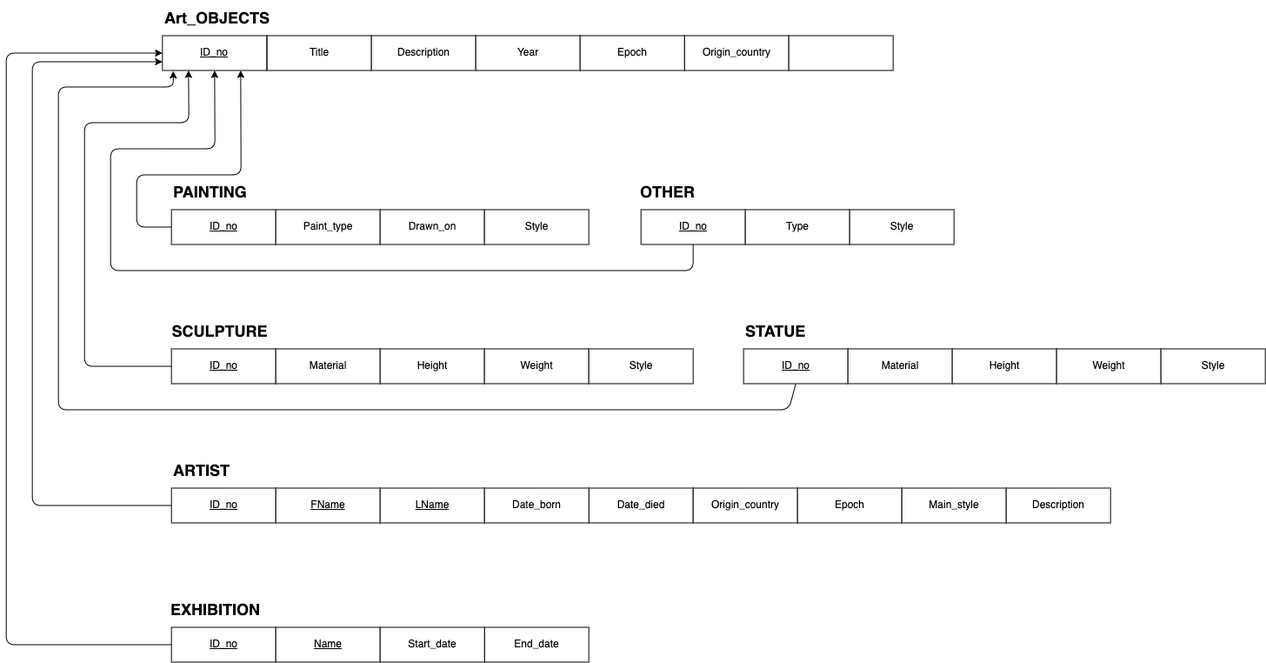
Above: Database_Design_Folder/Relation Schema.drawio.png in Maan-Khedr-ENSF-300/museum-project-wannabyte (draw.io), before the change. Source tidied: cells renumbered, new cells last; positions are measured from the earlier drawing's top-left corner, leaving out a move shared by most shapes.
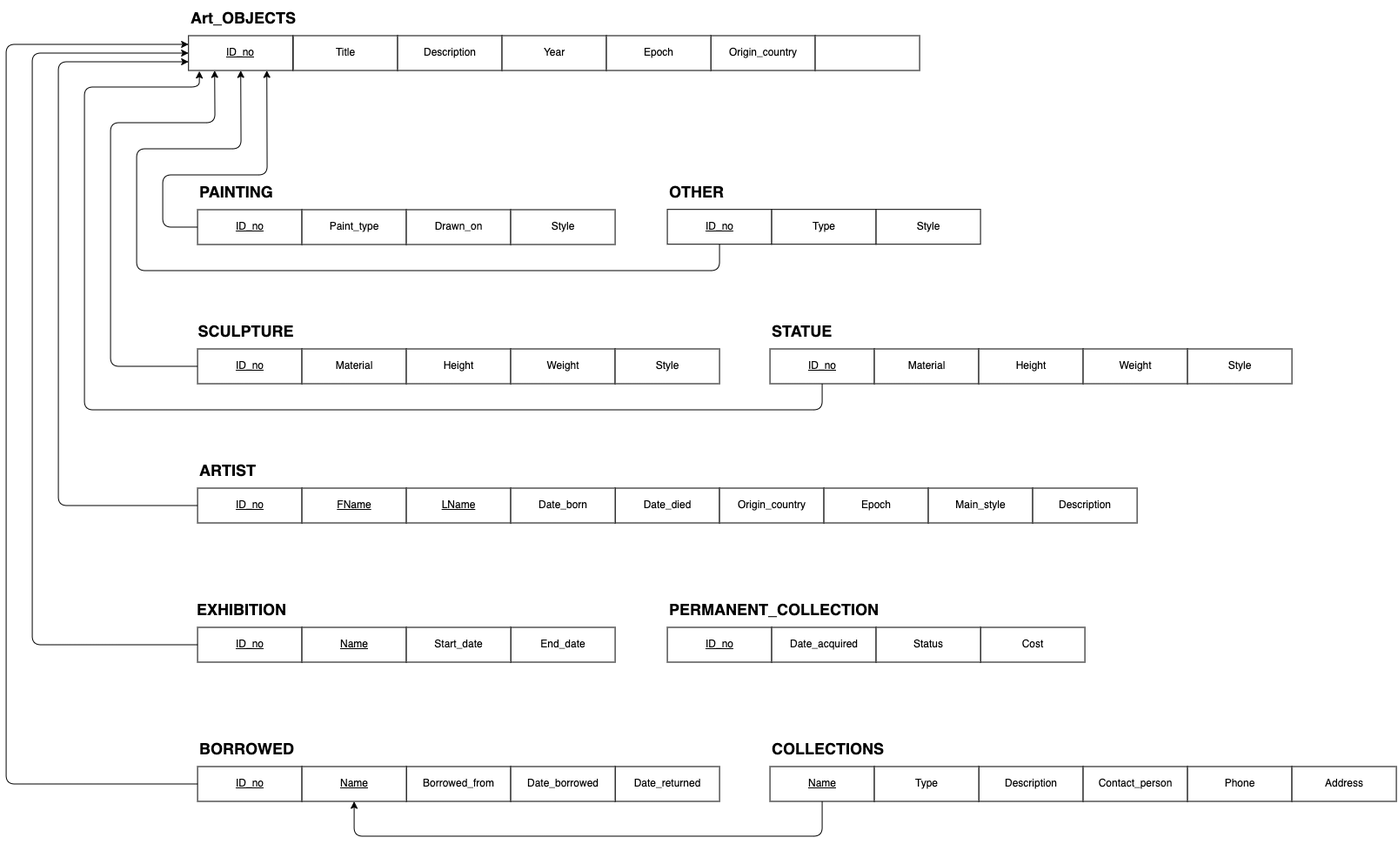
After the commit.

Commit message:
Added EXHIBITION, PERMANENT_COLLECTION, BORROWED and COLLECTIONS entities

Change to the diagram source:
```diff
@@ -25,3 +25,3 @@
         <Array as="points">
-          <mxPoint x="900" y="470" />
+          <mxPoint x="908" y="470" />
           <mxPoint x="60" y="470" />
@@ -64,23 +64,2 @@
     </mxCell>
-    <mxCell id="14" style="group;" parent="1" vertex="1">
-      <mxGeometry x="830" y="360" width="618" height="80" as="geometry" />
-    </mxCell>
-    <mxCell id="15" value="&lt;u&gt;ID_no&lt;/u&gt;" style="rounded=0;whiteSpace=wrap;html=1;" parent="14" vertex="1">
-      <mxGeometry x="18" y="40" width="120" height="40" as="geometry" />
-    </mxCell>
-    <mxCell id="16" value="STATUE" style="text;strokeColor=none;fillColor=none;html=1;fontSize=18;fontStyle=1;verticalAlign=middle;align=left;" parent="14" vertex="1">
-      <mxGeometry x="18" width="100" height="40" as="geometry" />
-    </mxCell>
-    <mxCell id="17" value="Material" style="rounded=0;whiteSpace=wrap;html=1;" parent="14" vertex="1">
-      <mxGeometry x="138" y="40" width="120" height="40" as="geometry" />
-    </mxCell>
-    <mxCell id="18" value="Height" style="rounded=0;whiteSpace=wrap;html=1;" parent="14" vertex="1">
-      <mxGeometry x="258" y="40" width="120" height="40" as="geometry" />
-    </mxCell>
-    <mxCell id="19" value="Weight" style="rounded=0;whiteSpace=wrap;html=1;" parent="14" vertex="1">
-      <mxGeometry x="378" y="40" width="120" height="40" as="geometry" />
-    </mxCell>
-    <mxCell id="20" value="Style" style="rounded=0;whiteSpace=wrap;html=1;" parent="14" vertex="1">
-      <mxGeometry x="498" y="40" width="120" height="40" as="geometry" />
-    </mxCell>
     <mxCell id="21" style="group;" parent="1" vertex="1">
@@ -124,86 +103,186 @@
     </mxCell>
-    <mxCell id="34" style="group;" parent="1" vertex="1">
-      <mxGeometry x="710" y="200" width="380" height="80" as="geometry" />
-    </mxCell>
+    <mxCell id="50" style="edgeStyle=none;html=1;exitX=0.5;exitY=1;exitDx=0;exitDy=0;entryX=0.5;entryY=1;entryDx=0;entryDy=0;fontSize=18;" parent="1" edge="1" source="35" target="6">
+      <mxGeometry relative="1" as="geometry">
+        <Array as="points">
+          <mxPoint x="790" y="310" />
+          <mxPoint x="120" y="310" />
+          <mxPoint x="120" y="170" />
+          <mxPoint x="240" y="170" />
+        </Array>
+      </mxGeometry>
+    </mxCell>
+    <mxCell id="51" style="group;" parent="1" vertex="1">
+      <mxGeometry x="190" y="680" width="480" height="80" as="geometry" />
+    </mxCell>
+    <mxCell id="52" value="&lt;u&gt;ID_no&lt;/u&gt;" style="rounded=0;whiteSpace=wrap;html=1;" parent="51" vertex="1">
+      <mxGeometry y="40" width="120" height="40" as="geometry" />
+    </mxCell>
+    <mxCell id="53" value="EXHIBITION" style="text;strokeColor=none;fillColor=none;html=1;fontSize=18;fontStyle=1;verticalAlign=middle;align=center;" parent="51" vertex="1">
+      <mxGeometry width="100" height="40" as="geometry" />
+    </mxCell>
+    <mxCell id="54" value="&lt;u&gt;Name&lt;/u&gt;" style="rounded=0;whiteSpace=wrap;html=1;" parent="51" vertex="1">
+      <mxGeometry x="120" y="40" width="120" height="40" as="geometry" />
+    </mxCell>
+    <mxCell id="55" value="End_date" style="rounded=0;whiteSpace=wrap;html=1;" parent="51" vertex="1">
+      <mxGeometry x="360" y="40" width="120" height="40" as="geometry" />
+    </mxCell>
+    <mxCell id="56" value="Start_date" style="rounded=0;whiteSpace=wrap;html=1;" parent="51" vertex="1">
+      <mxGeometry x="240" y="40" width="120" height="40" as="geometry" />
+    </mxCell>
+    <mxCell id="57" style="edgeStyle=none;html=1;exitX=0;exitY=0.5;exitDx=0;exitDy=0;entryX=0;entryY=0.5;entryDx=0;entryDy=0;fontSize=18;" parent="1" edge="1" source="52" target="6">
+      <mxGeometry relative="1" as="geometry">
+        <Array as="points">
+          <mxPoint y="740" />
+          <mxPoint y="60" />
+        </Array>
+      </mxGeometry>
+    </mxCell>
+    <mxCell id="58" style="group;" parent="1" vertex="1">
+      <mxGeometry x="730" y="200" width="360" height="79.7" as="geometry" />
+    </mxCell>
-    <mxCell id="35" value="&lt;u&gt;ID_no&lt;/u&gt;" style="rounded=0;whiteSpace=wrap;html=1;" parent="34" vertex="1">
-      <mxGeometry x="20" y="40" width="120" height="40" as="geometry" />
+    <mxCell id="35" value="&lt;u&gt;ID_no&lt;/u&gt;" style="rounded=0;whiteSpace=wrap;html=1;" parent="58" vertex="1">
+      <mxGeometry y="39.7" width="120" height="40" as="geometry" />
     </mxCell>
-    <mxCell id="36" value="OTHER" style="text;strokeColor=none;fillColor=none;html=1;fontSize=18;fontStyle=1;verticalAlign=middle;align=center;" parent="34" vertex="1">
+    <mxCell id="36" value="OTHER" style="text;strokeColor=none;fillColor=none;html=1;fontSize=18;fontStyle=1;verticalAlign=middle;align=left;" parent="58" vertex="1">
       <mxGeometry width="100" height="40" as="geometry" />
     </mxCell>
-    <mxCell id="37" value="Type" style="rounded=0;whiteSpace=wrap;html=1;" parent="34" vertex="1">
-      <mxGeometry x="140" y="40" width="120" height="40" as="geometry" />
+    <mxCell id="37" value="Type" style="rounded=0;whiteSpace=wrap;html=1;" parent="58" vertex="1">
+      <mxGeometry x="120" y="39.7" width="120" height="40" as="geometry" />
     </mxCell>
-    <mxCell id="38" value="Style" style="rounded=0;whiteSpace=wrap;html=1;" parent="34" vertex="1">
-      <mxGeometry x="260" y="40" width="120" height="40" as="geometry" />
+    <mxCell id="38" value="Style" style="rounded=0;whiteSpace=wrap;html=1;" parent="58" vertex="1">
+      <mxGeometry x="240" y="39.7" width="120" height="40" as="geometry" />
     </mxCell>
-    <mxCell id="39" style="group;" parent="1" vertex="1">
-      <mxGeometry x="180" y="520" width="1090" height="80" as="geometry" />
-    </mxCell>
+    <mxCell id="59" style="group;" parent="1" vertex="1">
+      <mxGeometry x="848" y="360" width="600" height="80" as="geometry" />
+    </mxCell>
+    <mxCell id="15" value="&lt;u&gt;ID_no&lt;/u&gt;" style="rounded=0;whiteSpace=wrap;html=1;" parent="59" vertex="1">
+      <mxGeometry y="40" width="120" height="40" as="geometry" />
+    </mxCell>
+    <mxCell id="16" value="STATUE" style="text;strokeColor=none;fillColor=none;html=1;fontSize=18;fontStyle=1;verticalAlign=middle;align=left;" parent="59" vertex="1">
+      <mxGeometry width="100" height="40" as="geometry" />
+    </mxCell>
+    <mxCell id="17" value="Material" style="rounded=0;whiteSpace=wrap;html=1;" parent="59" vertex="1">
+      <mxGeometry x="120" y="40" width="120" height="40" as="geometry" />
+    </mxCell>
+    <mxCell id="18" value="Height" style="rounded=0;whiteSpace=wrap;html=1;" parent="59" vertex="1">
+      <mxGeometry x="240" y="40" width="120" height="40" as="geometry" />
+    </mxCell>
+    <mxCell id="19" value="Weight" style="rounded=0;whiteSpace=wrap;html=1;" parent="59" vertex="1">
+      <mxGeometry x="360" y="40" width="120" height="40" as="geometry" />
+    </mxCell>
+    <mxCell id="20" value="Style" style="rounded=0;whiteSpace=wrap;html=1;" parent="59" vertex="1">
+      <mxGeometry x="480" y="40" width="120" height="40" as="geometry" />
+    </mxCell>
+    <mxCell id="60" style="group;" parent="1" vertex="1">
+      <mxGeometry x="190" y="520" width="1080" height="80" as="geometry" />
+    </mxCell>
-    <mxCell id="40" value="Date_died&lt;span style=&quot;color: rgba(0 , 0 , 0 , 0) ; font-family: monospace ; font-size: 0px&quot;&gt;%3CmxGraphModel%3E%3Croot%3E%3CmxCell%20id%3D%220%22%2F%3E%3CmxCell%20id%3D%221%22%20parent%3D%220%22%2F%3E%3CmxCell%20id%3D%222%22%20value%3D%22Date_born%22%20style%3D%22rounded%3D0%3BwhiteSpace%3Dwrap%3Bhtml%3D1%3B%22%20vertex%3D%221%22%20parent%3D%221%22%3E%3CmxGeometry%20x%3D%22370%22%20y%3D%22680%22%20width%3D%22120%22%20height%3D%2240%22%20as%3D%22geometry%22%2F%3E%3C%2FmxCell%3E%3C%2Froot%3E%3C%2FmxGraphModel%3E&lt;/span&gt;&lt;span style=&quot;color: rgba(0 , 0 , 0 , 0) ; font-family: monospace ; font-size: 0px&quot;&gt;%3CmxGraphModel%3E%3Croot%3E%3CmxCell%20id%3D%220%22%2F%3E%3CmxCell%20id%3D%221%22%20parent%3D%220%22%2F%3E%3CmxCell%20id%3D%222%22%20value%3D%22Date_born%22%20style%3D%22rounded%3D0%3BwhiteSpace%3Dwrap%3Bhtml%3D1%3B%22%20vertex%3D%221%22%20parent%3D%221%22%3E%3CmxGeometry%20x%3D%22370%22%20y%3D%22680%22%20width%3D%22120%22%20height%3D%2240%22%20as%3D%22geometry%22%2F%3E%3C%2FmxCell%3E%3C%2Froot%3E%3C%2FmxGraphModel%3E&lt;/span&gt;&lt;span style=&quot;color: rgba(0 , 0 , 0 , 0) ; font-family: monospace ; font-size: 0px&quot;&gt;%3CmxGraphModel%3E%3Croot%3E%3CmxCell%20id%3D%220%22%2F%3E%3CmxCell%20id%3D%221%22%20parent%3D%220%22%2F%3E%3CmxCell%20id%3D%222%22%20value%3D%22Date_born%22%20style%3D%22rounded%3D0%3BwhiteSpace%3Dwrap%3Bhtml%3D1%3B%22%20vertex%3D%221%22%20parent%3D%221%22%3E%3CmxGeometry%20x%3D%22370%22%20y%3D%22680%22%20width%3D%22120%22%20height%3D%2240%22%20as%3D%22geometry%22%2F%3E%3C%2FmxCell%3E%3C%2Froot%3E%3C%2FmxGraphModel%3E&lt;/span&gt;" style="rounded=0;whiteSpace=wrap;html=1;" parent="39" vertex="1">
-      <mxGeometry x="490" y="40" width="120" height="40" as="geometry" />
+    <mxCell id="40" value="Date_died&lt;span style=&quot;color: rgba(0 , 0 , 0 , 0) ; font-family: monospace ; font-size: 0px&quot;&gt;%3CmxGraphModel%3E%3Croot%3E%3CmxCell%20id%3D%220%22%2F%3E%3CmxCell%20id%3D%221%22%20parent%3D%220%22%2F%3E%3CmxCell%20id%3D%222%22%20value%3D%22Date_born%22%20style%3D%22rounded%3D0%3BwhiteSpace%3Dwrap%3Bhtml%3D1%3B%22%20vertex%3D%221%22%20parent%3D%221%22%3E%3CmxGeometry%20x%3D%22370%22%20y%3D%22680%22%20width%3D%22120%22%20height%3D%2240%22%20as%3D%22geometry%22%2F%3E%3C%2FmxCell%3E%3C%2Froot%3E%3C%2FmxGraphModel%3E&lt;/span&gt;&lt;span style=&quot;color: rgba(0 , 0 , 0 , 0) ; font-family: monospace ; font-size: 0px&quot;&gt;%3CmxGraphModel%3E%3Croot%3E%3CmxCell%20id%3D%220%22%2F%3E%3CmxCell%20id%3D%221%22%20parent%3D%220%22%2F%3E%3CmxCell%20id%3D%222%22%20value%3D%22Date_born%22%20style%3D%22rounded%3D0%3BwhiteSpace%3Dwrap%3Bhtml%3D1%3B%22%20vertex%3D%221%22%20parent%3D%221%22%3E%3CmxGeometry%20x%3D%22370%22%20y%3D%22680%22%20width%3D%22120%22%20height%3D%2240%22%20as%3D%22geometry%22%2F%3E%3C%2FmxCell%3E%3C%2Froot%3E%3C%2FmxGraphModel%3E&lt;/span&gt;&lt;span style=&quot;color: rgba(0 , 0 , 0 , 0) ; font-family: monospace ; font-size: 0px&quot;&gt;%3CmxGraphModel%3E%3Croot%3E%3CmxCell%20id%3D%220%22%2F%3E%3CmxCell%20id%3D%221%22%20parent%3D%220%22%2F%3E%3CmxCell%20id%3D%222%22%20value%3D%22Date_born%22%20style%3D%22rounded%3D0%3BwhiteSpace%3Dwrap%3Bhtml%3D1%3B%22%20vertex%3D%221%22%20parent%3D%221%22%3E%3CmxGeometry%20x%3D%22370%22%20y%3D%22680%22%20width%3D%22120%22%20height%3D%2240%22%20as%3D%22geometry%22%2F%3E%3C%2FmxCell%3E%3C%2Froot%3E%3C%2FmxGraphModel%3E&lt;/span&gt;" style="rounded=0;whiteSpace=wrap;html=1;" parent="60" vertex="1">
+      <mxGeometry x="480" y="40" width="120" height="40" as="geometry" />
     </mxCell>
-    <mxCell id="41" value="Origin_country" style="rounded=0;whiteSpace=wrap;html=1;" parent="39" vertex="1">
-      <mxGeometry x="610" y="40" width="120" height="40" as="geometry" />
+    <mxCell id="41" value="Origin_country" style="rounded=0;whiteSpace=wrap;html=1;" parent="60" vertex="1">
+      <mxGeometry x="600" y="40" width="120" height="40" as="geometry" />
     </mxCell>
-    <mxCell id="42" value="&lt;u&gt;ID_no&lt;/u&gt;" style="rounded=0;whiteSpace=wrap;html=1;" parent="39" vertex="1">
-      <mxGeometry x="10" y="40" width="120" height="40" as="geometry" />
+    <mxCell id="42" value="&lt;u&gt;ID_no&lt;/u&gt;" style="rounded=0;whiteSpace=wrap;html=1;" parent="60" vertex="1">
+      <mxGeometry y="40" width="120" height="40" as="geometry" />
     </mxCell>
-    <mxCell id="43" value="ARTIST" style="text;strokeColor=none;fillColor=none;html=1;fontSize=18;fontStyle=1;verticalAlign=middle;align=left;" parent="39" vertex="1">
-      <mxGeometry x="10" width="100" height="40" as="geometry" />
+    <mxCell id="43" value="ARTIST" style="text;strokeColor=none;fillColor=none;html=1;fontSize=18;fontStyle=1;verticalAlign=middle;align=left;" parent="60" vertex="1">
+      <mxGeometry width="100" height="40" as="geometry" />
     </mxCell>
-    <mxCell id="44" value="&lt;u&gt;FName&lt;/u&gt;" style="rounded=0;whiteSpace=wrap;html=1;" parent="39" vertex="1">
-      <mxGeometry x="130" y="40" width="120" height="40" as="geometry" />
+    <mxCell id="44" value="&lt;u&gt;FName&lt;/u&gt;" style="rounded=0;whiteSpace=wrap;html=1;" parent="60" vertex="1">
+      <mxGeometry x="120" y="40" width="120" height="40" as="geometry" />
     </mxCell>
-    <mxCell id="45" value="&lt;u&gt;LName&lt;/u&gt;" style="rounded=0;whiteSpace=wrap;html=1;" parent="39" vertex="1">
-      <mxGeometry x="250" y="40" width="120" height="40" as="geometry" />
+    <mxCell id="45" value="&lt;u&gt;LName&lt;/u&gt;" style="rounded=0;whiteSpace=wrap;html=1;" parent="60" vertex="1">
+      <mxGeometry x="240" y="40" width="120" height="40" as="geometry" />
     </mxCell>
-    <mxCell id="46" value="Date_born" style="rounded=0;whiteSpace=wrap;html=1;" parent="39" vertex="1">
-      <mxGeometry x="370" y="40" width="120" height="40" as="geometry" />
+    <mxCell id="46" value="Date_born" style="rounded=0;whiteSpace=wrap;html=1;" parent="60" vertex="1">
+      <mxGeometry x="360" y="40" width="120" height="40" as="geometry" />
     </mxCell>
-    <mxCell id="47" value="Epoch" style="rounded=0;whiteSpace=wrap;html=1;" parent="39" vertex="1">
-      <mxGeometry x="730" y="40" width="120" height="40" as="geometry" />
+    <mxCell id="47" value="Epoch" style="rounded=0;whiteSpace=wrap;html=1;" parent="60" vertex="1">
+      <mxGeometry x="720" y="40" width="120" height="40" as="geometry" />
     </mxCell>
-    <mxCell id="48" value="Main_style" style="rounded=0;whiteSpace=wrap;html=1;" parent="39" vertex="1">
-      <mxGeometry x="850" y="40" width="120" height="40" as="geometry" />
+    <mxCell id="48" value="Main_style" style="rounded=0;whiteSpace=wrap;html=1;" parent="60" vertex="1">
+      <mxGeometry x="840" y="40" width="120" height="40" as="geometry" />
     </mxCell>
-    <mxCell id="49" value="Description" style="rounded=0;whiteSpace=wrap;html=1;" parent="39" vertex="1">
-      <mxGeometry x="970" y="40" width="120" height="40" as="geometry" />
+    <mxCell id="49" value="Description" style="rounded=0;whiteSpace=wrap;html=1;" parent="60" vertex="1">
+      <mxGeometry x="960" y="40" width="120" height="40" as="geometry" />
     </mxCell>
-    <mxCell id="50" style="edgeStyle=none;html=1;exitX=0.5;exitY=1;exitDx=0;exitDy=0;entryX=0.5;entryY=1;entryDx=0;entryDy=0;fontSize=18;" parent="1" edge="1" source="35" target="6">
-      <mxGeometry relative="1" as="geometry">
-        <Array as="points">
-          <mxPoint x="790" y="310" />
-          <mxPoint x="120" y="310" />
-          <mxPoint x="120" y="170" />
-          <mxPoint x="240" y="170" />
-        </Array>
-      </mxGeometry>
-    </mxCell>
-    <mxCell id="51" style="group;" parent="1" vertex="1">
-      <mxGeometry x="190" y="680" width="480" height="80" as="geometry" />
-    </mxCell>
-    <mxCell id="52" value="&lt;u&gt;ID_no&lt;/u&gt;" style="rounded=0;whiteSpace=wrap;html=1;" parent="51" vertex="1">
-      <mxGeometry y="40" width="120" height="40" as="geometry" />
-    </mxCell>
-    <mxCell id="53" value="EXHIBITION" style="text;strokeColor=none;fillColor=none;html=1;fontSize=18;fontStyle=1;verticalAlign=middle;align=center;" parent="51" vertex="1">
-      <mxGeometry width="100" height="40" as="geometry" />
-    </mxCell>
-    <mxCell id="54" value="&lt;u&gt;Name&lt;/u&gt;" style="rounded=0;whiteSpace=wrap;html=1;" parent="51" vertex="1">
-      <mxGeometry x="120" y="40" width="120" height="40" as="geometry" />
-    </mxCell>
-    <mxCell id="55" value="End_date" style="rounded=0;whiteSpace=wrap;html=1;" parent="51" vertex="1">
-      <mxGeometry x="360" y="40" width="120" height="40" as="geometry" />
-    </mxCell>
-    <mxCell id="56" value="Start_date" style="rounded=0;whiteSpace=wrap;html=1;" parent="51" vertex="1">
-      <mxGeometry x="240" y="40" width="120" height="40" as="geometry" />
-    </mxCell>
-    <mxCell id="57" style="edgeStyle=none;html=1;exitX=0;exitY=0.5;exitDx=0;exitDy=0;entryX=0;entryY=0.5;entryDx=0;entryDy=0;fontSize=18;" parent="1" edge="1" source="52" target="6">
-      <mxGeometry relative="1" as="geometry">
-        <Array as="points">
-          <mxPoint y="740" />
-          <mxPoint y="60" />
-        </Array>
-      </mxGeometry>
-    </mxCell>
+    <mxCell id="61" style="group;" parent="1" vertex="1">
+      <mxGeometry x="730" y="680" width="480" height="80" as="geometry" />
+    </mxCell>
+    <mxCell id="62" value="&lt;u&gt;ID_no&lt;/u&gt;" style="rounded=0;whiteSpace=wrap;html=1;" parent="61" vertex="1">
+      <mxGeometry y="40" width="120" height="40" as="geometry" />
+    </mxCell>
+    <mxCell id="63" value="PERMANENT_COLLECTION" style="text;strokeColor=none;fillColor=none;html=1;fontSize=18;fontStyle=1;verticalAlign=middle;align=left;" parent="61" vertex="1">
+      <mxGeometry width="260" height="40" as="geometry" />
+    </mxCell>
+    <mxCell id="64" value="Date_acquired" style="rounded=0;whiteSpace=wrap;html=1;" parent="61" vertex="1">
+      <mxGeometry x="120" y="40" width="120" height="40" as="geometry" />
+    </mxCell>
+    <mxCell id="65" value="Cost" style="rounded=0;whiteSpace=wrap;html=1;" parent="61" vertex="1">
+      <mxGeometry x="360" y="40" width="120" height="40" as="geometry" />
+    </mxCell>
+    <mxCell id="66" value="Status" style="rounded=0;whiteSpace=wrap;html=1;" parent="61" vertex="1">
+      <mxGeometry x="240" y="40" width="120" height="40" as="geometry" />
+    </mxCell>
+    <mxCell id="67" style="group;" parent="1" vertex="1">
+      <mxGeometry x="190" y="840" width="600" height="80" as="geometry" />
+    </mxCell>
+    <mxCell id="68" value="&lt;u&gt;ID_no&lt;/u&gt;" style="rounded=0;whiteSpace=wrap;html=1;" parent="67" vertex="1">
+      <mxGeometry y="40" width="120" height="40" as="geometry" />
+    </mxCell>
+    <mxCell id="69" value="BORROWED" style="text;strokeColor=none;fillColor=none;html=1;fontSize=18;fontStyle=1;verticalAlign=middle;align=left;" parent="67" vertex="1">
+      <mxGeometry width="260" height="40" as="geometry" />
+    </mxCell>
+    <mxCell id="70" value="Borrowed_from" style="rounded=0;whiteSpace=wrap;html=1;" parent="67" vertex="1">
+      <mxGeometry x="240" y="40" width="120" height="40" as="geometry" />
+    </mxCell>
+    <mxCell id="71" value="Date_returned" style="rounded=0;whiteSpace=wrap;html=1;" parent="67" vertex="1">
+      <mxGeometry x="480" y="40" width="120" height="40" as="geometry" />
+    </mxCell>
+    <mxCell id="72" value="Date_borrowed" style="rounded=0;whiteSpace=wrap;html=1;" parent="67" vertex="1">
+      <mxGeometry x="360" y="40" width="120" height="40" as="geometry" />
+    </mxCell>
+    <mxCell id="73" value="&lt;u&gt;Name&lt;/u&gt;" style="rounded=0;whiteSpace=wrap;html=1;" parent="67" vertex="1">
+      <mxGeometry x="120" y="40" width="120" height="40" as="geometry" />
+    </mxCell>
+    <mxCell id="74" style="group;" parent="1" vertex="1">
+      <mxGeometry x="848" y="840" width="720" height="80" as="geometry" />
+    </mxCell>
+    <mxCell id="75" value="COLLECTIONS" style="text;strokeColor=none;fillColor=none;html=1;fontSize=18;fontStyle=1;verticalAlign=middle;align=left;" parent="74" vertex="1">
+      <mxGeometry width="260" height="40" as="geometry" />
+    </mxCell>
+    <mxCell id="76" value="&lt;u&gt;Name&lt;/u&gt;" style="rounded=0;whiteSpace=wrap;html=1;" parent="74" vertex="1">
+      <mxGeometry y="40" width="120" height="40" as="geometry" />
+    </mxCell>
+    <mxCell id="77" value="Description" style="rounded=0;whiteSpace=wrap;html=1;" parent="74" vertex="1">
+      <mxGeometry x="240" y="40" width="120" height="40" as="geometry" />
+    </mxCell>
+    <mxCell id="78" value="Type" style="rounded=0;whiteSpace=wrap;html=1;" parent="74" vertex="1">
+      <mxGeometry x="120" y="40" width="120" height="40" as="geometry" />
+    </mxCell>
+    <mxCell id="79" value="Contact_person" style="rounded=0;whiteSpace=wrap;html=1;" parent="74" vertex="1">
+      <mxGeometry x="360" y="40" width="120" height="40" as="geometry" />
+    </mxCell>
+    <mxCell id="80" value="Phone" style="rounded=0;whiteSpace=wrap;html=1;" parent="74" vertex="1">
+      <mxGeometry x="480" y="40" width="120" height="40" as="geometry" />
+    </mxCell>
+    <mxCell id="81" value="Address" style="rounded=0;whiteSpace=wrap;html=1;" parent="74" vertex="1">
+      <mxGeometry x="600" y="40" width="120" height="40" as="geometry" />
+    </mxCell>
+    <mxCell id="82" style="edgeStyle=none;html=1;exitX=0.5;exitY=1;exitDx=0;exitDy=0;entryX=0.5;entryY=1;entryDx=0;entryDy=0;fontSize=18;" parent="1" edge="1" source="76" target="73">
+      <mxGeometry relative="1" as="geometry">
+        <Array as="points">
+          <mxPoint x="908" y="960" />
+          <mxPoint x="370" y="960" />
+        </Array>
+      </mxGeometry>
+    </mxCell>
+    <mxCell id="83" style="edgeStyle=none;html=1;exitX=0;exitY=0.5;exitDx=0;exitDy=0;entryX=0;entryY=0.25;entryDx=0;entryDy=0;fontSize=18;" parent="1" edge="1" source="68" target="6">
+      <mxGeometry relative="1" as="geometry">
+        <Array as="points">
+          <mxPoint x="-30" y="900" />
+          <mxPoint x="-30" y="50" />
+        </Array>
+      </mxGeometry>
+    </mxCell>
   </root>
```
